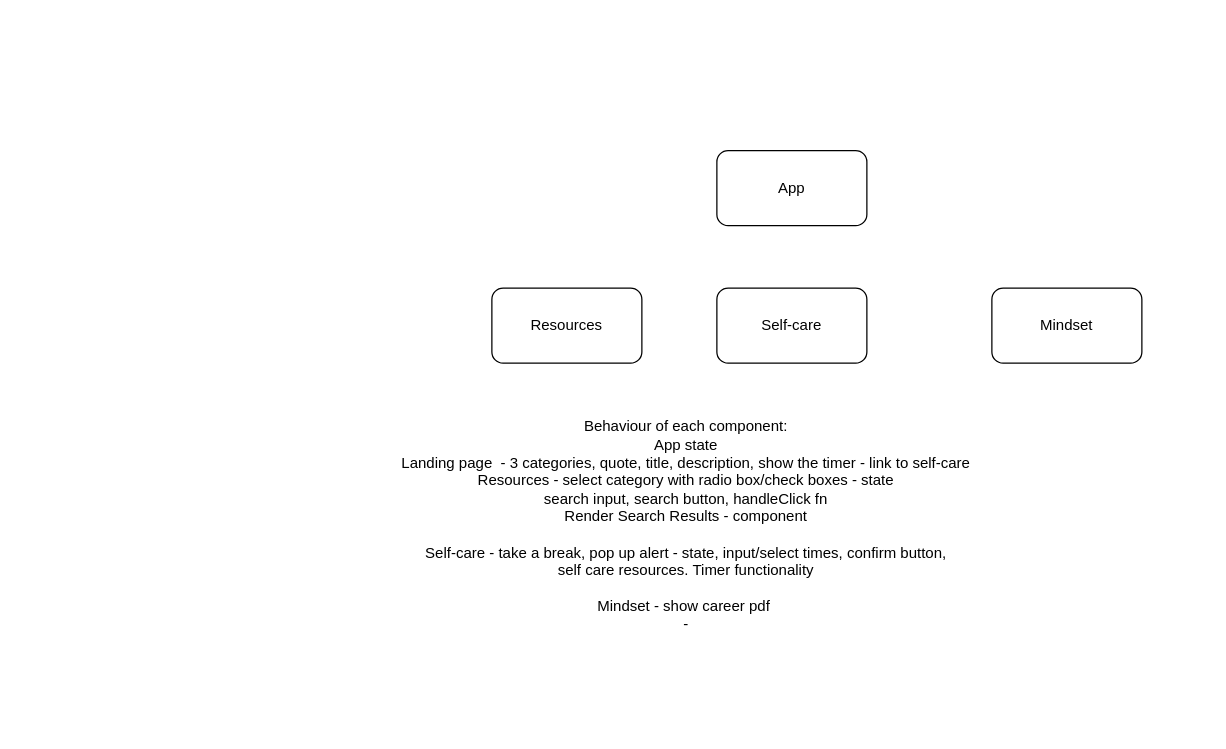
The draw.io diagram componentTree.drawio in hamstercat007/w9_frontend-project-soc-survival-guide, before the edit. Source tidied: cells renumbered, new cells numbered last; positions are measured from the earlier drawing's top-left corner, leaving out a move shared by most shapes. Both pictures are drawn from the tidied source at 125%, with x=0, y=0 at pixel (391, 150).
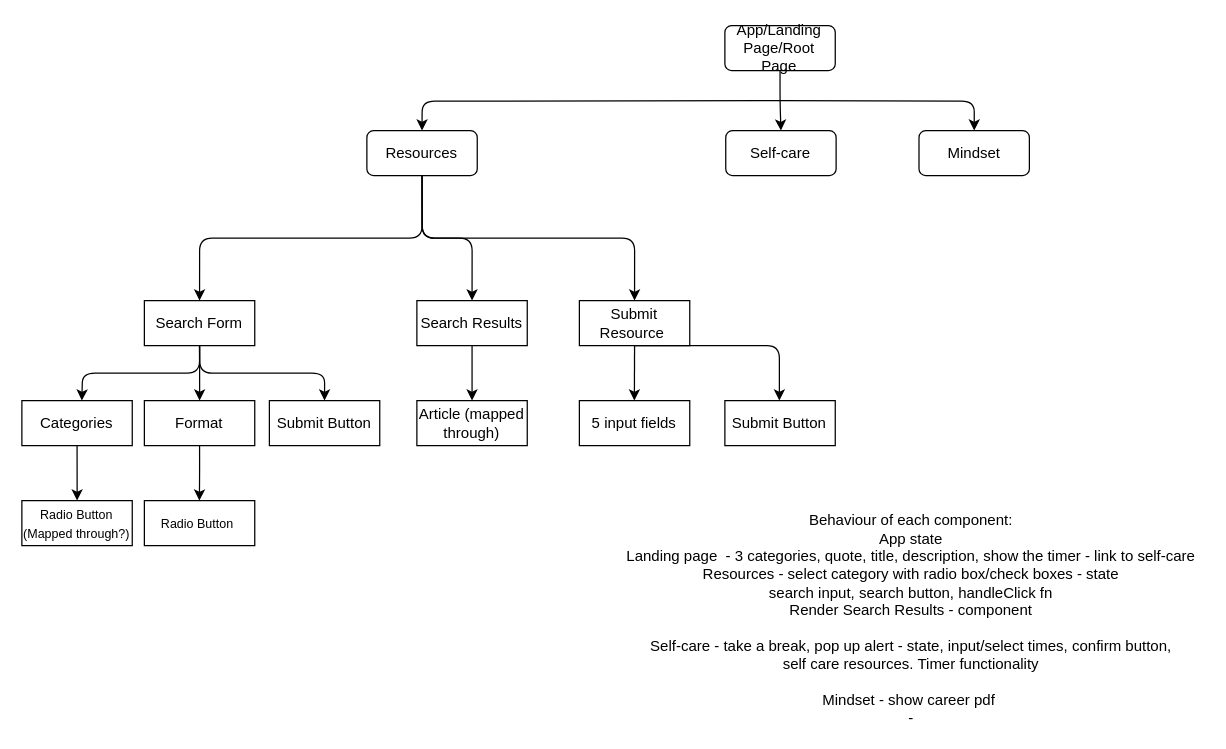
After the change.

Commit message:
Expanded comonenet tree for resources page

What changed in the source:
```diff
@@
+    <mxCell id="6" value="Behaviour of each component:&lt;br&gt;App state&lt;br&gt;Landing page&amp;nbsp; - 3 categories, quote, title, description, show the timer - link to self-care&lt;br&gt;Resources - select category with radio box/check boxes - state&lt;br&gt;search input, search button, handleClick fn&lt;br&gt;Render Search Results - component&lt;br&gt;&lt;br&gt;Self-care - take a break, pop up alert - state, input/select times, confirm button,&lt;br&gt;self care resources. Timer functionality&lt;br&gt;&lt;br&gt;Mindset - show career pdf&amp;nbsp;&lt;br&gt;-" style="text;html=1;align=center;verticalAlign=middle;strokeColor=none;fillColor=none;" parent="1" vertex="1">
+      <mxGeometry x="180" y="290" width="470" height="170" as="geometry" />
+    </mxCell>
+    <mxCell id="7" style="edgeStyle=orthogonalEdgeStyle;html=1;" parent="1" edge="1" target="5">
+      <mxGeometry relative="1" as="geometry">
+        <mxPoint x="310.5" y="-40" as="sourcePoint" />
+      </mxGeometry>
+    </mxCell>
+    <mxCell id="8" style="edgeStyle=orthogonalEdgeStyle;html=1;entryX=0.5;entryY=0;entryDx=0;entryDy=0;" parent="1" edge="1" target="3">
+      <mxGeometry relative="1" as="geometry">
+        <mxPoint x="310.5" y="-40" as="sourcePoint" />
+      </mxGeometry>
+    </mxCell>
-    <mxCell id="2" value="App" style="rounded=1;whiteSpace=wrap;html=1;" parent="1" vertex="1">
-      <mxGeometry x="260" width="120" height="60" as="geometry" />
+    <mxCell id="2" value="App/Landing Page/Root Page" style="rounded=1;whiteSpace=wrap;html=1;" parent="1" vertex="1">
+      <mxGeometry x="266.4" y="-100" width="88.3" height="36" as="geometry" />
     </mxCell>
+    <mxCell id="9" style="edgeStyle=orthogonalEdgeStyle;html=1;exitX=0.5;exitY=1;exitDx=0;exitDy=0;entryX=0.5;entryY=0;entryDx=0;entryDy=0;" parent="1" edge="1" source="3" target="16">
+      <mxGeometry relative="1" as="geometry" />
+    </mxCell>
+    <mxCell id="10" style="edgeStyle=orthogonalEdgeStyle;html=1;exitX=0.5;exitY=1;exitDx=0;exitDy=0;entryX=0.5;entryY=0;entryDx=0;entryDy=0;" parent="1" edge="1" source="3" target="18">
+      <mxGeometry relative="1" as="geometry" />
+    </mxCell>
+    <mxCell id="11" style="edgeStyle=orthogonalEdgeStyle;html=1;exitX=0.5;exitY=1;exitDx=0;exitDy=0;entryX=0.5;entryY=0;entryDx=0;entryDy=0;" parent="1" edge="1" source="3" target="21">
+      <mxGeometry relative="1" as="geometry" />
+    </mxCell>
     <mxCell id="3" value="Resources" style="rounded=1;whiteSpace=wrap;html=1;" parent="1" vertex="1">
-      <mxGeometry x="80" y="110" width="120" height="60" as="geometry" />
+      <mxGeometry x="-20" y="-16" width="88.3" height="36" as="geometry" />
     </mxCell>
     <mxCell id="4" value="Self-care" style="rounded=1;whiteSpace=wrap;html=1;" parent="1" vertex="1">
-      <mxGeometry x="260" y="110" width="120" height="60" as="geometry" />
+      <mxGeometry x="267.1" y="-16" width="88.3" height="36" as="geometry" />
     </mxCell>
+    <mxCell id="12" style="html=1;exitX=0.5;exitY=1;exitDx=0;exitDy=0;entryX=0.5;entryY=0;entryDx=0;entryDy=0;edgeStyle=orthogonalEdgeStyle;" parent="1" edge="1" source="2" target="4">
+      <mxGeometry relative="1" as="geometry" />
+    </mxCell>
     <mxCell id="5" value="Mindset" style="rounded=1;whiteSpace=wrap;html=1;" parent="1" vertex="1">
-      <mxGeometry x="480" y="110" width="120" height="60" as="geometry" />
+      <mxGeometry x="421.7" y="-16" width="88.3" height="36" as="geometry" />
     </mxCell>
-    <mxCell id="6" value="Behaviour of each component:&lt;br&gt;App state&lt;br&gt;Landing page&amp;nbsp; - 3 categories, quote, title, description, show the timer - link to self-care&lt;br&gt;Resources - select category with radio box/check boxes - state&lt;br&gt;search input, search button, handleClick fn&lt;br&gt;Render Search Results - component&lt;br&gt;&lt;br&gt;Self-care - take a break, pop up alert - state, input/select times, confirm button,&lt;br&gt;self care resources. Timer functionality&lt;br&gt;&lt;br&gt;Mindset - show career pdf&amp;nbsp;&lt;br&gt;-" style="text;html=1;align=center;verticalAlign=middle;strokeColor=none;fillColor=none;" parent="1" vertex="1">
-      <mxGeometry y="215" width="470" height="170" as="geometry" />
-    </mxCell>
+    <mxCell id="13" style="edgeStyle=orthogonalEdgeStyle;html=1;exitX=0.5;exitY=1;exitDx=0;exitDy=0;" parent="1" edge="1" source="16">
+      <mxGeometry relative="1" as="geometry">
+        <mxPoint x="-248" y="200" as="targetPoint" />
+      </mxGeometry>
+    </mxCell>
+    <mxCell id="14" style="edgeStyle=orthogonalEdgeStyle;html=1;exitX=0.5;exitY=1;exitDx=0;exitDy=0;fontSize=10;" parent="1" edge="1" source="16" target="26">
+      <mxGeometry relative="1" as="geometry" />
+    </mxCell>
+    <mxCell id="15" style="edgeStyle=orthogonalEdgeStyle;html=1;exitX=0.5;exitY=1;exitDx=0;exitDy=0;fontSize=10;entryX=0.5;entryY=0;entryDx=0;entryDy=0;" parent="1" edge="1" source="16" target="28">
+      <mxGeometry relative="1" as="geometry" />
+    </mxCell>
+    <mxCell id="16" value="Search Form" style="whiteSpace=wrap;html=1;" parent="1" vertex="1">
+      <mxGeometry x="-198" y="120" width="88.3" height="36" as="geometry" />
+    </mxCell>
+    <mxCell id="17" style="edgeStyle=orthogonalEdgeStyle;html=1;exitX=0.5;exitY=1;exitDx=0;exitDy=0;entryX=0.5;entryY=0;entryDx=0;entryDy=0;fontSize=10;" parent="1" edge="1" source="18" target="29">
+      <mxGeometry relative="1" as="geometry" />
+    </mxCell>
+    <mxCell id="18" value="Search Results" style="whiteSpace=wrap;html=1;" parent="1" vertex="1">
+      <mxGeometry x="20" y="120" width="88.3" height="36" as="geometry" />
+    </mxCell>
+    <mxCell id="19" style="edgeStyle=elbowEdgeStyle;html=1;exitX=0.5;exitY=1;exitDx=0;exitDy=0;fontSize=10;" parent="1" edge="1" source="21">
+      <mxGeometry relative="1" as="geometry">
+        <mxPoint x="194" y="200" as="targetPoint" />
+      </mxGeometry>
+    </mxCell>
+    <mxCell id="20" style="edgeStyle=elbowEdgeStyle;html=1;exitX=0.5;exitY=1;exitDx=0;exitDy=0;fontSize=10;entryX=0.5;entryY=0;entryDx=0;entryDy=0;" parent="1" edge="1" source="21" target="31">
+      <mxGeometry relative="1" as="geometry">
+        <Array as="points">
+          <mxPoint x="310" y="190" />
+          <mxPoint x="310" y="160" />
+        </Array>
+      </mxGeometry>
+    </mxCell>
+    <mxCell id="21" value="Submit Resource&amp;nbsp;" style="whiteSpace=wrap;html=1;" parent="1" vertex="1">
+      <mxGeometry x="150" y="120" width="88.3" height="36" as="geometry" />
+    </mxCell>
+    <mxCell id="22" style="edgeStyle=orthogonalEdgeStyle;html=1;exitX=0.5;exitY=1;exitDx=0;exitDy=0;" parent="1" edge="1" source="23">
+      <mxGeometry relative="1" as="geometry">
+        <mxPoint x="-251.8" y="280" as="targetPoint" />
+      </mxGeometry>
+    </mxCell>
+    <mxCell id="23" value="Categories" style="whiteSpace=wrap;html=1;" parent="1" vertex="1">
+      <mxGeometry x="-296" y="200" width="88.3" height="36" as="geometry" />
+    </mxCell>
+    <mxCell id="24" value="&lt;font style=&quot;font-size: 10px&quot;&gt;Radio Button (Mapped through?)&lt;/font&gt;" style="whiteSpace=wrap;html=1;" parent="1" vertex="1">
+      <mxGeometry x="-296" y="280" width="88.3" height="36" as="geometry" />
+    </mxCell>
+    <mxCell id="25" style="edgeStyle=orthogonalEdgeStyle;html=1;exitX=0.5;exitY=1;exitDx=0;exitDy=0;fontSize=10;" parent="1" edge="1" source="26">
+      <mxGeometry relative="1" as="geometry">
+        <mxPoint x="-154" y="280" as="targetPoint" />
+      </mxGeometry>
+    </mxCell>
+    <mxCell id="26" value="Format" style="whiteSpace=wrap;html=1;" parent="1" vertex="1">
+      <mxGeometry x="-198" y="200" width="88.3" height="36" as="geometry" />
+    </mxCell>
+    <mxCell id="27" value="&lt;font style=&quot;font-size: 10px&quot;&gt;Radio Button&amp;nbsp;&lt;/font&gt;" style="whiteSpace=wrap;html=1;" parent="1" vertex="1">
+      <mxGeometry x="-198" y="280" width="88.3" height="36" as="geometry" />
+    </mxCell>
+    <mxCell id="28" value="Submit Button" style="whiteSpace=wrap;html=1;" parent="1" vertex="1">
+      <mxGeometry x="-98" y="200" width="88.3" height="36" as="geometry" />
+    </mxCell>
+    <mxCell id="29" value="Article (mapped through)" style="whiteSpace=wrap;html=1;" parent="1" vertex="1">
+      <mxGeometry x="20" y="200" width="88.3" height="36" as="geometry" />
+    </mxCell>
+    <mxCell id="30" value="5 input fields" style="whiteSpace=wrap;html=1;" parent="1" vertex="1">
+      <mxGeometry x="150" y="200" width="88.3" height="36" as="geometry" />
+    </mxCell>
+    <mxCell id="31" value="Submit Button" style="whiteSpace=wrap;html=1;" parent="1" vertex="1">
+      <mxGeometry x="266.4" y="200" width="88.3" height="36" as="geometry" />
+    </mxCell>
```
